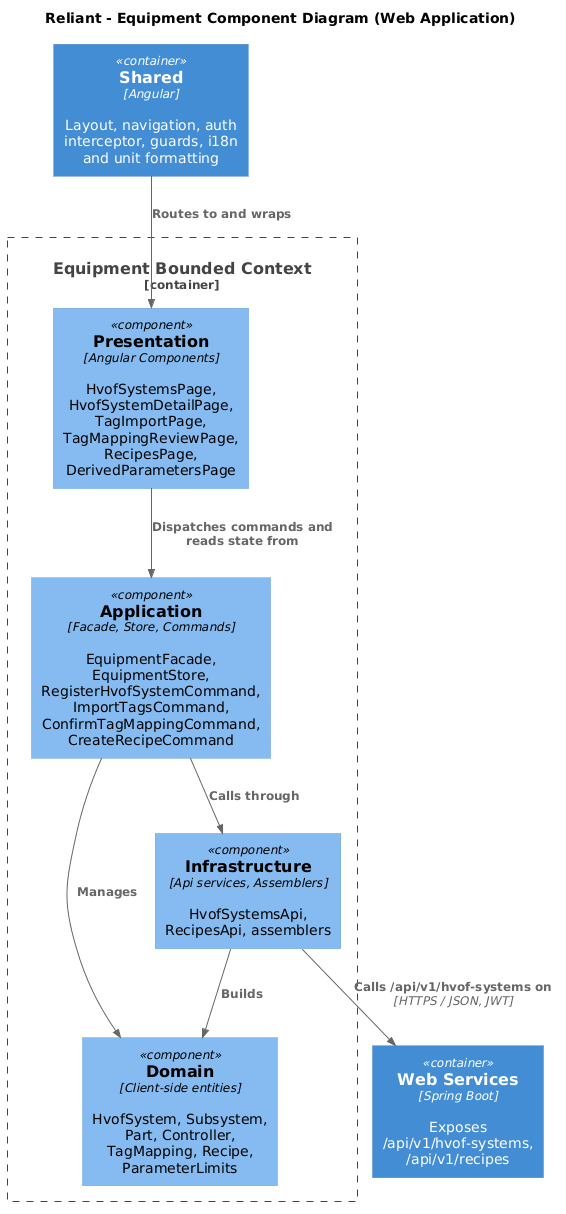
The PlantUML diagram assets/img/4.chapter-iv/4.6.domain-driven-software-architecture/4.6.4.software-architecture-components-diagrams/reliant-c4-components-equipment-web-application.png in upc-pre-202620-1asi0729-7753-innovacorp/reliant-report, before a commit. Its diagram source:
```plantuml
@startuml
!includeurl https://raw.githubusercontent.com/plantuml-stdlib/C4-PlantUML/master/C4_Component.puml

title Reliant - Equipment Component Diagram (Web Application)

Container(api, "Web Services", "Spring Boot", "Exposes /api/v1/hvof-systems, /api/v1/recipes")
Container(shared, "Shared", "Angular", "Layout, navigation, auth interceptor, guards, i18n and unit formatting")

Container_Boundary(bc, "Equipment Bounded Context") {
    Component(presentation, "Presentation", "Angular Components", "HvofSystemsPage, HvofSystemDetailPage, TagImportPage, TagMappingReviewPage, RecipesPage, DerivedParametersPage")
    Component(application, "Application", "Facade, Store, Commands", "EquipmentFacade, EquipmentStore, RegisterHvofSystemCommand, ImportTagsCommand, ConfirmTagMappingCommand, CreateRecipeCommand")
    Component(domain, "Domain", "Client-side entities", "HvofSystem, Subsystem, Part, Controller, TagMapping, Recipe, ParameterLimits")
    Component(infrastructure, "Infrastructure", "Api services, Assemblers", "HvofSystemsApi, RecipesApi, assemblers")
}

Rel(shared, presentation, "Routes to and wraps")
Rel(presentation, application, "Dispatches commands and reads state from")
Rel(application, domain, "Manages")
Rel(application, infrastructure, "Calls through")
Rel(infrastructure, domain, "Builds")
Rel(infrastructure, api, "Calls /api/v1/hvof-systems on", "HTTPS / JSON, JWT")
@enduml
```
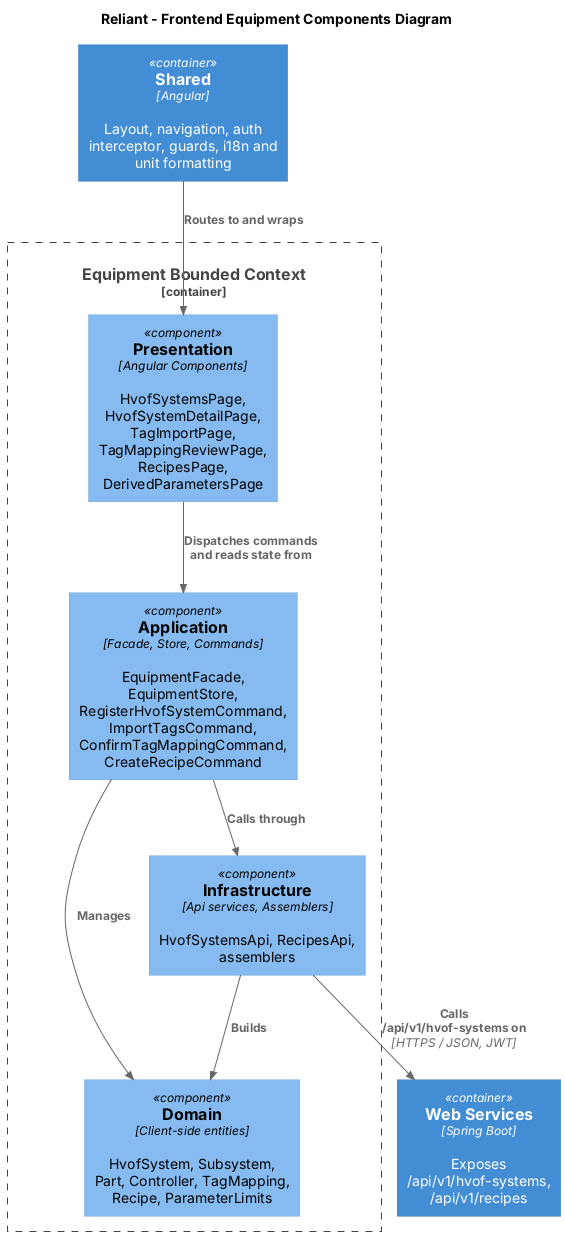
Later version of the same file.

Change to the diagram source:
```diff
@@ -1,7 +1,7 @@
-@startuml
+@startuml "Components-Equipment-Frontend"
 !includeurl https://raw.githubusercontent.com/plantuml-stdlib/C4-PlantUML/master/C4_Component.puml
 
-title Reliant - Equipment Component Diagram (Web Application)
+title Reliant - Frontend Equipment Components Diagram
 
 Container(api, "Web Services", "Spring Boot", "Exposes /api/v1/hvof-systems, /api/v1/recipes")
 Container(shared, "Shared", "Angular", "Layout, navigation, auth interceptor, guards, i18n and unit formatting")
```
